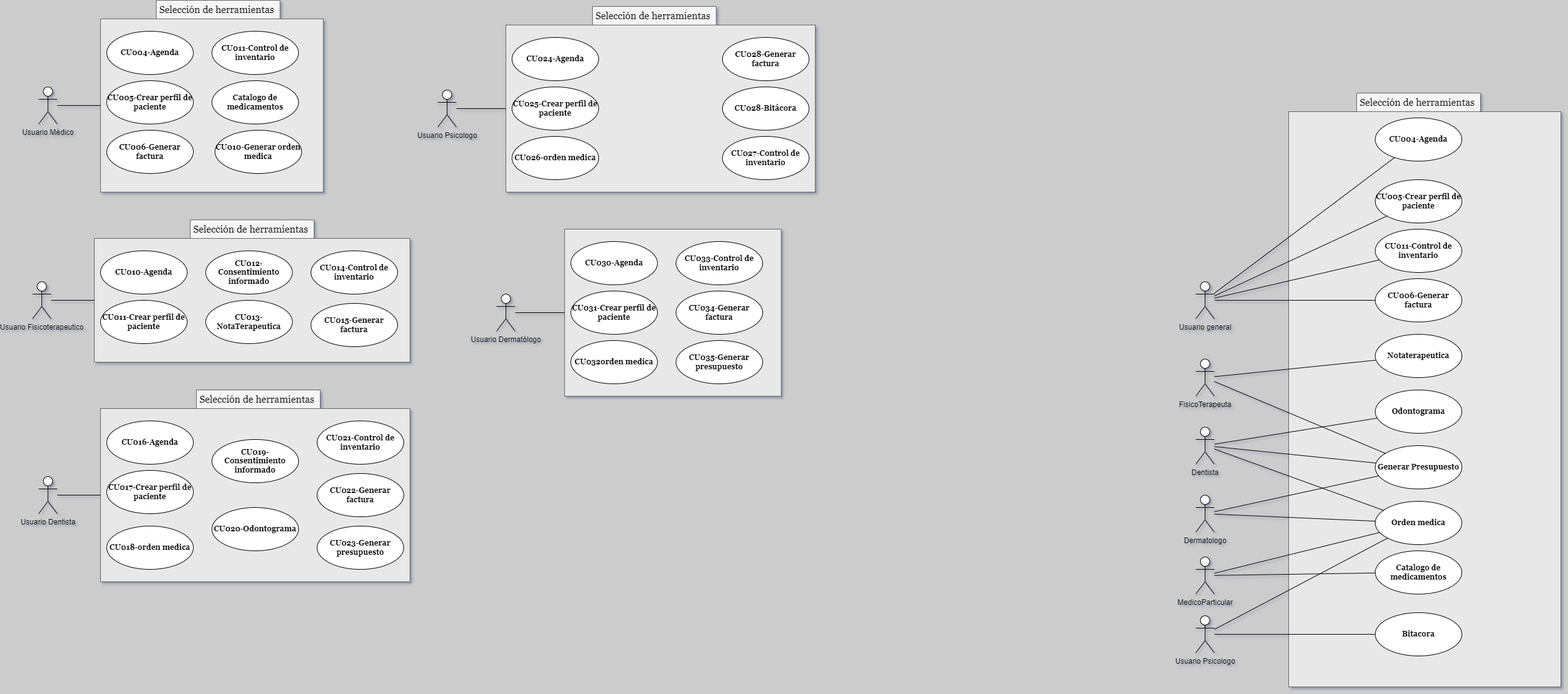
Earlier version of the draw.io export CU002_SeleccionDeHerramientas.drawio.png (CH3MOO/SpecialityX). Source tidied: cells renumbered, new cells last; positions are measured from the earlier drawing's top-left corner, leaving out a move shared by most shapes.
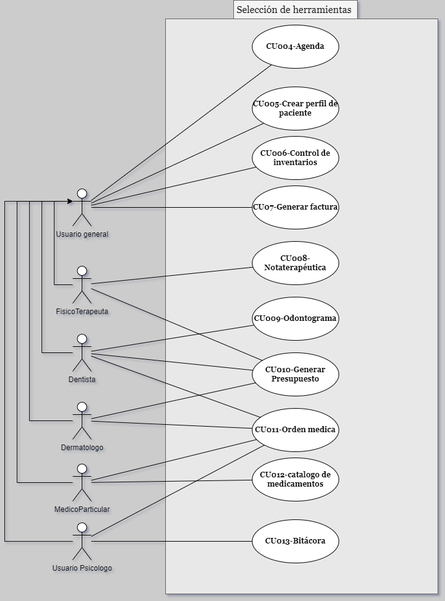
After the change.

Change to the diagram source:
```diff
@@ -2,168 +2,20 @@
   <root>
     <mxCell id="0" />
     <mxCell id="1" parent="0" />
-    <mxCell id="2" style="rounded=0;whiteSpace=wrap;html=1;fillColor=#E8E8E8;strokeColor=#666666;fontColor=#333333;fontFamily=Georgia;fontStyle=1;" parent="1" vertex="1">
-      <mxGeometry x="110" y="30" width="360" height="280" as="geometry" />
-    </mxCell>
-    <mxCell id="3" value="Usuario Médico" style="shape=umlActor;verticalLabelPosition=bottom;verticalAlign=top;html=1;" parent="1" vertex="1">
-      <mxGeometry x="10" y="140" width="30" height="60" as="geometry" />
-    </mxCell>
-    <mxCell id="4" value="CU004-Agenda" style="ellipse;whiteSpace=wrap;html=1;fontFamily=Georgia;fontStyle=1;" parent="1" vertex="1">
-      <mxGeometry x="120" y="50" width="140" height="70" as="geometry" />
-    </mxCell>
-    <mxCell id="5" value="CU005-Crear perfil de paciente" style="ellipse;whiteSpace=wrap;html=1;fontFamily=Georgia;fontStyle=1;" parent="1" vertex="1">
-      <mxGeometry x="120" y="130" width="140" height="70" as="geometry" />
-    </mxCell>
-    <mxCell id="6" value="CU006-Generar factura" style="ellipse;whiteSpace=wrap;html=1;fontFamily=Georgia;fontStyle=1;" parent="1" vertex="1">
-      <mxGeometry x="120" y="210" width="140" height="70" as="geometry" />
-    </mxCell>
-    <mxCell id="7" value="CU011-Control de inventario" style="ellipse;whiteSpace=wrap;html=1;fontFamily=Georgia;fontStyle=1;" parent="1" vertex="1">
-      <mxGeometry x="290" y="50" width="140" height="70" as="geometry" />
-    </mxCell>
-    <mxCell id="8" value="CU010-Generar orden medica" style="ellipse;whiteSpace=wrap;html=1;fontFamily=Georgia;fontStyle=1;" parent="1" vertex="1">
-      <mxGeometry x="295" y="210" width="140" height="70" as="geometry" />
-    </mxCell>
-    <mxCell id="9" style="endArrow=none;html=1;rounded=0;" parent="1" edge="1" source="3" target="2">
-      <mxGeometry relative="1" as="geometry" />
-    </mxCell>
-    <mxCell id="10" value="Selección de herramientas&amp;nbsp;" style="text;html=1;align=center;verticalAlign=middle;whiteSpace=wrap;rounded=0;fontFamily=Georgia;fontSize=16;fillColor=#f5f5f5;fontColor=#000000;strokeColor=#666666;" parent="1" vertex="1">
-      <mxGeometry x="200" width="200" height="30" as="geometry" />
-    </mxCell>
-    <mxCell id="11" value="Catalogo de medicamentos" style="ellipse;whiteSpace=wrap;html=1;fontFamily=Georgia;fontStyle=1;" parent="1" vertex="1">
-      <mxGeometry x="290" y="130" width="140" height="70" as="geometry" />
-    </mxCell>
-    <mxCell id="12" style="rounded=0;whiteSpace=wrap;html=1;fillColor=#E8E8E8;strokeColor=#666666;fontColor=#333333;fontFamily=Georgia;fontStyle=1;" parent="1" vertex="1">
-      <mxGeometry x="860" y="370" width="350" height="270" as="geometry" />
-    </mxCell>
-    <mxCell id="13" value="Usuario Dermatólogo" style="shape=umlActor;verticalLabelPosition=bottom;verticalAlign=top;html=1;" parent="1" vertex="1">
-      <mxGeometry x="750" y="475" width="30" height="60" as="geometry" />
-    </mxCell>
-    <mxCell id="14" value="CU030-Agenda" style="ellipse;whiteSpace=wrap;html=1;fontFamily=Georgia;fontStyle=1;" parent="1" vertex="1">
-      <mxGeometry x="870" y="390" width="140" height="70" as="geometry" />
-    </mxCell>
-    <mxCell id="15" value="CU031-Crear perfil de paciente" style="ellipse;whiteSpace=wrap;html=1;fontFamily=Georgia;fontStyle=1;" parent="1" vertex="1">
-      <mxGeometry x="870" y="470" width="140" height="70" as="geometry" />
-    </mxCell>
-    <mxCell id="16" value="CU034-Generar factura" style="ellipse;whiteSpace=wrap;html=1;fontFamily=Georgia;fontStyle=1;" parent="1" vertex="1">
-      <mxGeometry x="1040" y="470" width="140" height="70" as="geometry" />
-    </mxCell>
-    <mxCell id="17" value="CU033-Control de inventario" style="ellipse;whiteSpace=wrap;html=1;fontFamily=Georgia;fontStyle=1;" parent="1" vertex="1">
-      <mxGeometry x="1040" y="390" width="140" height="70" as="geometry" />
-    </mxCell>
-    <mxCell id="18" style="endArrow=none;html=1;rounded=0;" parent="1" edge="1" source="13" target="12">
-      <mxGeometry relative="1" as="geometry" />
-    </mxCell>
-    <mxCell id="19" value="Selección de herramientas&amp;nbsp;" style="text;html=1;align=center;verticalAlign=middle;whiteSpace=wrap;rounded=0;fontFamily=Georgia;fontSize=16;fillColor=#f5f5f5;fontColor=#000000;strokeColor=#666666;" parent="1" vertex="1">
-      <mxGeometry x="1065" y="280" width="200" height="30" as="geometry" />
-    </mxCell>
-    <mxCell id="20" value="CU032orden medica" style="ellipse;whiteSpace=wrap;html=1;fontFamily=Georgia;fontStyle=1;" parent="1" vertex="1">
-      <mxGeometry x="870" y="550" width="140" height="70" as="geometry" />
-    </mxCell>
-    <mxCell id="21" value="CU035-Generar presupuesto" style="ellipse;whiteSpace=wrap;html=1;fontFamily=Georgia;fontStyle=1;" parent="1" vertex="1">
-      <mxGeometry x="1040" y="550" width="140" height="70" as="geometry" />
-    </mxCell>
-    <mxCell id="22" style="rounded=0;whiteSpace=wrap;html=1;fillColor=#E8E8E8;strokeColor=#666666;fontColor=#333333;fontFamily=Georgia;fontStyle=1;" parent="1" vertex="1">
-      <mxGeometry x="765" y="40" width="500" height="270" as="geometry" />
-    </mxCell>
-    <mxCell id="23" value="Usuario Psicologo" style="shape=umlActor;verticalLabelPosition=bottom;verticalAlign=top;html=1;" parent="1" vertex="1">
-      <mxGeometry x="655" y="145" width="30" height="60" as="geometry" />
-    </mxCell>
-    <mxCell id="24" value="CU024-Agenda" style="ellipse;whiteSpace=wrap;html=1;fontFamily=Georgia;fontStyle=1;" parent="1" vertex="1">
-      <mxGeometry x="775" y="60" width="140" height="70" as="geometry" />
-    </mxCell>
-    <mxCell id="25" value="CU025-Crear perfil de paciente" style="ellipse;whiteSpace=wrap;html=1;fontFamily=Georgia;fontStyle=1;" parent="1" vertex="1">
-      <mxGeometry x="775" y="140" width="140" height="70" as="geometry" />
-    </mxCell>
-    <mxCell id="26" value="CU028-Generar factura" style="ellipse;whiteSpace=wrap;html=1;fontFamily=Georgia;fontStyle=1;" parent="1" vertex="1">
-      <mxGeometry x="1115" y="60" width="140" height="70" as="geometry" />
-    </mxCell>
-    <mxCell id="27" value="CU027-Control de inventario" style="ellipse;whiteSpace=wrap;html=1;fontFamily=Georgia;fontStyle=1;" parent="1" vertex="1">
-      <mxGeometry x="1115" y="220" width="140" height="70" as="geometry" />
-    </mxCell>
-    <mxCell id="28" value="CU028-Bitácora" style="ellipse;whiteSpace=wrap;html=1;fontFamily=Georgia;fontStyle=1;" parent="1" vertex="1">
-      <mxGeometry x="1115" y="140" width="140" height="70" as="geometry" />
-    </mxCell>
-    <mxCell id="29" style="endArrow=none;html=1;rounded=0;" parent="1" edge="1" source="23" target="22">
-      <mxGeometry relative="1" as="geometry" />
-    </mxCell>
-    <mxCell id="30" value="Selección de herramientas&amp;nbsp;" style="text;html=1;align=center;verticalAlign=middle;whiteSpace=wrap;rounded=0;fontFamily=Georgia;fontSize=16;fillColor=#f5f5f5;fontColor=#000000;strokeColor=#666666;" parent="1" vertex="1">
-      <mxGeometry x="905" y="10" width="200" height="30" as="geometry" />
-    </mxCell>
-    <mxCell id="31" value="CU026-orden medica" style="ellipse;whiteSpace=wrap;html=1;fontFamily=Georgia;fontStyle=1;" parent="1" vertex="1">
-      <mxGeometry x="775" y="220" width="140" height="70" as="geometry" />
-    </mxCell>
-    <mxCell id="32" style="rounded=0;whiteSpace=wrap;html=1;fillColor=#E8E8E8;strokeColor=#666666;fontColor=#333333;fontFamily=Georgia;fontStyle=1;" parent="1" vertex="1">
-      <mxGeometry x="100" y="385" width="510" height="200" as="geometry" />
-    </mxCell>
-    <mxCell id="33" value="Usuario Fisicoterapeutico" style="shape=umlActor;verticalLabelPosition=bottom;verticalAlign=top;html=1;" parent="1" vertex="1">
-      <mxGeometry y="455" width="30" height="60" as="geometry" />
-    </mxCell>
-    <mxCell id="34" value="CU010-Agenda" style="ellipse;whiteSpace=wrap;html=1;fontFamily=Georgia;fontStyle=1;" parent="1" vertex="1">
-      <mxGeometry x="110" y="405" width="140" height="70" as="geometry" />
-    </mxCell>
-    <mxCell id="35" value="CU011-Crear perfil de paciente" style="ellipse;whiteSpace=wrap;html=1;fontFamily=Georgia;fontStyle=1;" parent="1" vertex="1">
-      <mxGeometry x="110" y="485" width="140" height="70" as="geometry" />
-    </mxCell>
-    <mxCell id="36" value="CU012-Consentimiento informado" style="ellipse;whiteSpace=wrap;html=1;fontFamily=Georgia;fontStyle=1;" parent="1" vertex="1">
-      <mxGeometry x="280" y="405" width="140" height="70" as="geometry" />
-    </mxCell>
-    <mxCell id="37" value="CU015-Generar factura" style="ellipse;whiteSpace=wrap;html=1;fontFamily=Georgia;fontStyle=1;" parent="1" vertex="1">
-      <mxGeometry x="450" y="490" width="140" height="70" as="geometry" />
-    </mxCell>
-    <mxCell id="38" value="CU014-Control de inventario" style="ellipse;whiteSpace=wrap;html=1;fontFamily=Georgia;fontStyle=1;" parent="1" vertex="1">
-      <mxGeometry x="450" y="405" width="140" height="70" as="geometry" />
-    </mxCell>
-    <mxCell id="39" value="CU013-NotaTerapeutica" style="ellipse;whiteSpace=wrap;html=1;fontFamily=Georgia;fontStyle=1;" parent="1" vertex="1">
-      <mxGeometry x="280" y="485" width="140" height="70" as="geometry" />
-    </mxCell>
-    <mxCell id="40" style="endArrow=none;html=1;rounded=0;" parent="1" edge="1" source="33" target="32">
-      <mxGeometry relative="1" as="geometry" />
-    </mxCell>
-    <mxCell id="41" value="Selección de herramientas&amp;nbsp;" style="text;html=1;align=center;verticalAlign=middle;whiteSpace=wrap;rounded=0;fontFamily=Georgia;fontSize=16;fillColor=#f5f5f5;fontColor=#000000;strokeColor=#666666;" parent="1" vertex="1">
-      <mxGeometry x="255" y="355" width="200" height="30" as="geometry" />
-    </mxCell>
-    <mxCell id="42" style="rounded=0;whiteSpace=wrap;html=1;fillColor=#E8E8E8;strokeColor=#666666;fontColor=#333333;fontFamily=Georgia;fontStyle=1;" parent="1" vertex="1">
-      <mxGeometry x="110" y="660" width="500" height="280" as="geometry" />
-    </mxCell>
-    <mxCell id="43" value="Usuario Dentista" style="shape=umlActor;verticalLabelPosition=bottom;verticalAlign=top;html=1;" parent="1" vertex="1">
-      <mxGeometry x="10" y="770" width="30" height="60" as="geometry" />
-    </mxCell>
-    <mxCell id="44" value="CU016-Agenda" style="ellipse;whiteSpace=wrap;html=1;fontFamily=Georgia;fontStyle=1;" parent="1" vertex="1">
-      <mxGeometry x="120" y="680" width="140" height="70" as="geometry" />
-    </mxCell>
-    <mxCell id="45" value="CU017-Crear perfil de paciente" style="ellipse;whiteSpace=wrap;html=1;fontFamily=Georgia;fontStyle=1;" parent="1" vertex="1">
-      <mxGeometry x="120" y="760" width="140" height="70" as="geometry" />
-    </mxCell>
-    <mxCell id="46" value="CU019-Consentimiento informado" style="ellipse;whiteSpace=wrap;html=1;fontFamily=Georgia;fontStyle=1;" parent="1" vertex="1">
-      <mxGeometry x="290" y="710" width="140" height="70" as="geometry" />
-    </mxCell>
-    <mxCell id="47" value="CU022-Generar factura" style="ellipse;whiteSpace=wrap;html=1;fontFamily=Georgia;fontStyle=1;" parent="1" vertex="1">
-      <mxGeometry x="460" y="765" width="140" height="70" as="geometry" />
-    </mxCell>
-    <mxCell id="48" value="CU021-Control de inventario" style="ellipse;whiteSpace=wrap;html=1;fontFamily=Georgia;fontStyle=1;" parent="1" vertex="1">
-      <mxGeometry x="460" y="680" width="140" height="70" as="geometry" />
-    </mxCell>
-    <mxCell id="49" value="CU020-Odontograma" style="ellipse;whiteSpace=wrap;html=1;fontFamily=Georgia;fontStyle=1;" parent="1" vertex="1">
-      <mxGeometry x="290" y="820" width="140" height="70" as="geometry" />
-    </mxCell>
-    <mxCell id="50" style="endArrow=none;html=1;rounded=0;" parent="1" edge="1" source="43" target="42">
-      <mxGeometry relative="1" as="geometry" />
-    </mxCell>
-    <mxCell id="51" value="Selección de herramientas&amp;nbsp;" style="text;html=1;align=center;verticalAlign=middle;whiteSpace=wrap;rounded=0;fontFamily=Georgia;fontSize=16;fillColor=#f5f5f5;fontColor=#000000;strokeColor=#666666;" parent="1" vertex="1">
-      <mxGeometry x="265" y="630" width="200" height="30" as="geometry" />
-    </mxCell>
-    <mxCell id="52" value="CU018-orden medica" style="ellipse;whiteSpace=wrap;html=1;fontFamily=Georgia;fontStyle=1;" parent="1" vertex="1">
-      <mxGeometry x="120" y="850" width="140" height="70" as="geometry" />
-    </mxCell>
-    <mxCell id="53" value="CU023-Generar presupuesto" style="ellipse;whiteSpace=wrap;html=1;fontFamily=Georgia;fontStyle=1;" parent="1" vertex="1">
-      <mxGeometry x="460" y="850" width="140" height="70" as="geometry" />
-    </mxCell>
     <mxCell id="54" value="Usuario general" style="shape=umlActor;verticalLabelPosition=bottom;verticalAlign=top;html=1;" parent="1" vertex="1">
       <mxGeometry x="1880" y="455" width="30" height="60" as="geometry" />
     </mxCell>
     <mxCell id="55" value="Usuario Psicologo" style="shape=umlActor;verticalLabelPosition=bottom;verticalAlign=top;html=1;" parent="1" vertex="1">
       <mxGeometry x="1880" y="995" width="30" height="60" as="geometry" />
     </mxCell>
+    <mxCell id="87" style="edgeStyle=orthogonalEdgeStyle;rounded=0;jettySize=auto;html=1;entryX=0;entryY=0.3333333333333333;entryDx=0;entryDy=0;entryPerimeter=0;" parent="1" edge="1" source="56" target="54">
+      <mxGeometry relative="1" as="geometry">
+        <Array as="points">
+          <mxPoint x="1810" y="830" />
+          <mxPoint x="1810" y="475" />
+        </Array>
+      </mxGeometry>
+    </mxCell>
     <mxCell id="56" value="Dermatologo" style="shape=umlActor;verticalLabelPosition=bottom;verticalAlign=top;html=1;" parent="1" vertex="1">
       <mxGeometry x="1880" y="800" width="30" height="60" as="geometry" />
     </mxCell>
@@ -188,10 +40,10 @@
     <mxCell id="63" value="CU005-Crear perfil de paciente" style="ellipse;whiteSpace=wrap;html=1;fontFamily=Georgia;fontStyle=1;" parent="1" vertex="1">
       <mxGeometry x="2170" y="290" width="140" height="70" as="geometry" />
     </mxCell>
-    <mxCell id="64" value="CU011-Control de inventario" style="ellipse;whiteSpace=wrap;html=1;fontFamily=Georgia;fontStyle=1;" parent="1" vertex="1">
+    <mxCell id="64" value="CU006-Control de inventarios" style="ellipse;whiteSpace=wrap;html=1;fontFamily=Georgia;fontStyle=1;" parent="1" vertex="1">
       <mxGeometry x="2170" y="370" width="140" height="70" as="geometry" />
     </mxCell>
-    <mxCell id="65" value="CU006-Generar factura" style="ellipse;whiteSpace=wrap;html=1;fontFamily=Georgia;fontStyle=1;" parent="1" vertex="1">
+    <mxCell id="65" value="CU07-Generar factura" style="ellipse;whiteSpace=wrap;html=1;fontFamily=Georgia;fontStyle=1;" parent="1" vertex="1">
       <mxGeometry x="2170" y="450" width="140" height="70" as="geometry" />
     </mxCell>
     <mxCell id="66" style="endArrow=none;html=1;rounded=0;" parent="1" edge="1" source="54" target="62">
@@ -206,16 +58,16 @@
     <mxCell id="69" style="endArrow=none;html=1;rounded=0;" parent="1" edge="1" source="54" target="65">
       <mxGeometry relative="1" as="geometry" />
     </mxCell>
-    <mxCell id="70" value="Catalogo de medicamentos" style="ellipse;whiteSpace=wrap;html=1;fontFamily=Georgia;fontStyle=1;" parent="1" vertex="1">
+    <mxCell id="70" value="CU012-catalogo de medicamentos" style="ellipse;whiteSpace=wrap;html=1;fontFamily=Georgia;fontStyle=1;" parent="1" vertex="1">
       <mxGeometry x="2170" y="890" width="140" height="70" as="geometry" />
     </mxCell>
     <mxCell id="71" style="endArrow=none;html=1;rounded=0;" parent="1" edge="1" source="59" target="70">
       <mxGeometry relative="1" as="geometry" />
     </mxCell>
-    <mxCell id="72" value="Notaterapeutica" style="ellipse;whiteSpace=wrap;html=1;fontFamily=Georgia;fontStyle=1;" parent="1" vertex="1">
+    <mxCell id="72" value="CU008-Notaterapéutica" style="ellipse;whiteSpace=wrap;html=1;fontFamily=Georgia;fontStyle=1;" parent="1" vertex="1">
       <mxGeometry x="2170" y="540" width="140" height="70" as="geometry" />
     </mxCell>
-    <mxCell id="73" value="Generar Presupuesto" style="ellipse;whiteSpace=wrap;html=1;fontFamily=Georgia;fontStyle=1;" parent="1" vertex="1">
+    <mxCell id="73" value="CU010-Generar Presupuesto" style="ellipse;whiteSpace=wrap;html=1;fontFamily=Georgia;fontStyle=1;" parent="1" vertex="1">
       <mxGeometry x="2170" y="720" width="140" height="70" as="geometry" />
     </mxCell>
     <mxCell id="74" style="endArrow=none;html=1;rounded=0;" parent="1" edge="1" source="58" target="72">
@@ -224,7 +76,7 @@
     <mxCell id="75" style="endArrow=none;html=1;rounded=0;" parent="1" edge="1" source="58" target="73">
       <mxGeometry relative="1" as="geometry" />
     </mxCell>
-    <mxCell id="76" value="Odontograma" style="ellipse;whiteSpace=wrap;html=1;fontFamily=Georgia;fontStyle=1;" parent="1" vertex="1">
+    <mxCell id="76" value="CU009-Odontograma" style="ellipse;whiteSpace=wrap;html=1;fontFamily=Georgia;fontStyle=1;" parent="1" vertex="1">
       <mxGeometry x="2170" y="630" width="140" height="70" as="geometry" />
     </mxCell>
     <mxCell id="77" style="endArrow=none;html=1;rounded=0;" parent="1" edge="1" source="57" target="76">
@@ -236,7 +88,7 @@
     <mxCell id="79" style="endArrow=none;html=1;rounded=0;" parent="1" edge="1" source="56" target="73">
       <mxGeometry relative="1" as="geometry" />
     </mxCell>
-    <mxCell id="80" value="Orden medica" style="ellipse;whiteSpace=wrap;html=1;fontFamily=Georgia;fontStyle=1;" parent="1" vertex="1">
+    <mxCell id="80" value="CU011-Orden medica" style="ellipse;whiteSpace=wrap;html=1;fontFamily=Georgia;fontStyle=1;" parent="1" vertex="1">
       <mxGeometry x="2170" y="810" width="140" height="70" as="geometry" />
     </mxCell>
     <mxCell id="81" style="endArrow=none;html=1;rounded=0;" parent="1" edge="1" source="57" target="80">
@@ -251,11 +103,43 @@
     <mxCell id="84" style="endArrow=none;html=1;rounded=0;entryX=0;entryY=1;entryDx=0;entryDy=0;" parent="1" edge="1" source="55" target="80">
       <mxGeometry relative="1" as="geometry" />
     </mxCell>
-    <mxCell id="85" value="Bitacora" style="ellipse;whiteSpace=wrap;html=1;fontFamily=Georgia;fontStyle=1;" parent="1" vertex="1">
+    <mxCell id="85" value="CU013-Bitácora" style="ellipse;whiteSpace=wrap;html=1;fontFamily=Georgia;fontStyle=1;" parent="1" vertex="1">
       <mxGeometry x="2170" y="990" width="140" height="70" as="geometry" />
     </mxCell>
     <mxCell id="86" style="endArrow=none;html=1;rounded=0;entryX=0;entryY=0.5;entryDx=0;entryDy=0;" parent="1" edge="1" source="55" target="85">
       <mxGeometry relative="1" as="geometry" />
     </mxCell>
+    <mxCell id="88" style="edgeStyle=orthogonalEdgeStyle;rounded=0;jettySize=auto;html=1;entryX=0;entryY=0.3333333333333333;entryDx=0;entryDy=0;entryPerimeter=0;" parent="1" edge="1" source="58" target="54">
+      <mxGeometry relative="1" as="geometry">
+        <Array as="points">
+          <mxPoint x="1850" y="610" />
+          <mxPoint x="1850" y="475" />
+        </Array>
+      </mxGeometry>
+    </mxCell>
+    <mxCell id="89" style="edgeStyle=orthogonalEdgeStyle;rounded=0;jettySize=auto;html=1;entryX=0;entryY=0.3333333333333333;entryDx=0;entryDy=0;entryPerimeter=0;" parent="1" edge="1" source="57" target="54">
+      <mxGeometry relative="1" as="geometry">
+        <Array as="points">
+          <mxPoint x="1830" y="720" />
+          <mxPoint x="1830" y="475" />
+        </Array>
+      </mxGeometry>
+    </mxCell>
+    <mxCell id="90" style="edgeStyle=orthogonalEdgeStyle;rounded=0;jettySize=auto;html=1;entryX=0;entryY=0.3333333333333333;entryDx=0;entryDy=0;entryPerimeter=0;" parent="1" edge="1" source="59" target="54">
+      <mxGeometry relative="1" as="geometry">
+        <Array as="points">
+          <mxPoint x="1790" y="930" />
+          <mxPoint x="1790" y="475" />
+        </Array>
+      </mxGeometry>
+    </mxCell>
+    <mxCell id="91" style="edgeStyle=orthogonalEdgeStyle;rounded=0;jettySize=auto;html=1;entryX=0;entryY=0.3333333333333333;entryDx=0;entryDy=0;entryPerimeter=0;" parent="1" edge="1" source="55" target="54">
+      <mxGeometry relative="1" as="geometry">
+        <Array as="points">
+          <mxPoint x="1770" y="1025" />
+          <mxPoint x="1770" y="475" />
+        </Array>
+      </mxGeometry>
+    </mxCell>
   </root>
 </mxGraphModel>
```
